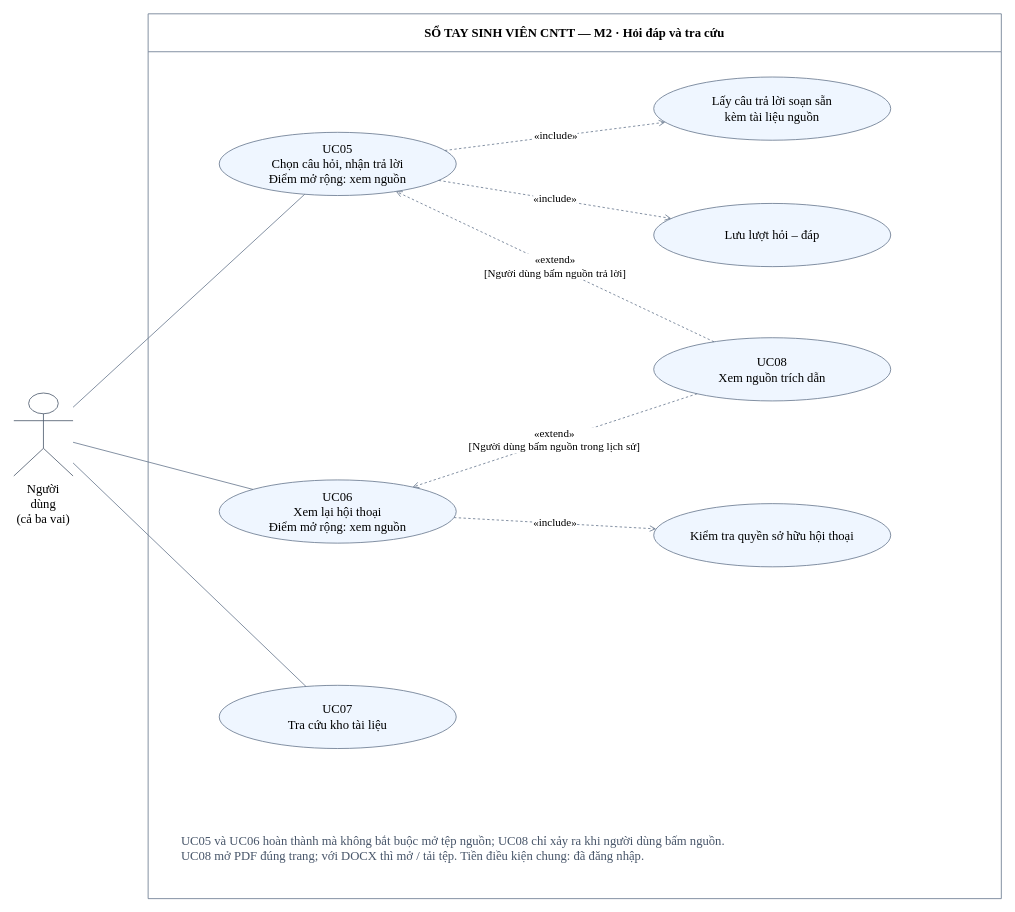
hominhduc-dev/So-Tay-Sinh-Vien-CNTT-DAU keeps this draw.io diagram as page "M2 · Hỏi đáp và tra cứu" (3 of 31) of docs/diagrams/so-do-he-thong.drawio. Above is the earlier version. Source tidied: cells renumbered, new cells numbered last; positions are measured from the earlier drawing's top-left corner, leaving out a move shared by most shapes. Both pictures are drawn from the tidied source at 79%, with x=0, y=0 at pixel (13, 13).
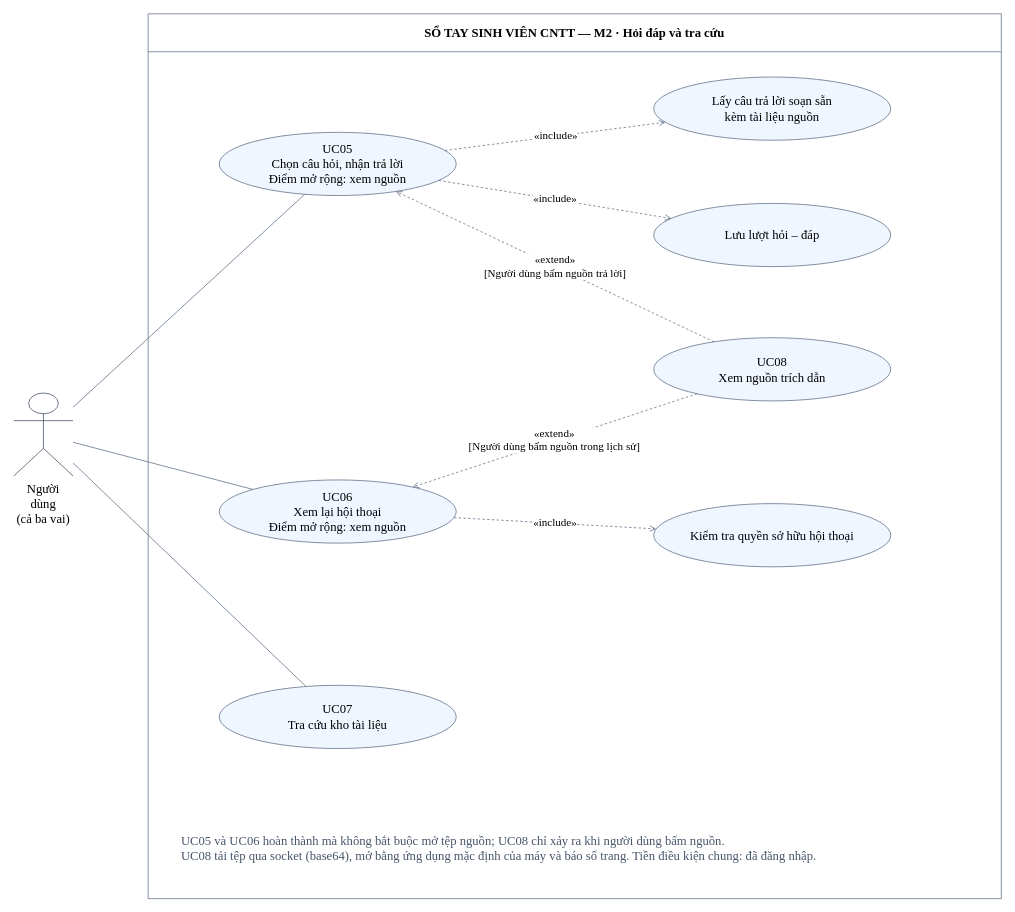
The same page after the edit.

Change to the diagram source:
```diff
@@
 <mxGraphModel>
   <root>
     <mxCell id="0" />
     <mxCell id="1" parent="0" />
     <mxCell id="2" value="SỔ TAY SINH VIÊN CNTT — M2 · Hỏi đáp và tra cứu" style="swimlane;startSize=48;fillColor=#ffffff;swimlaneFillColor=#ffffff;strokeColor=#64748b;fontStyle=1;html=1;whiteSpace=wrap;fontFamily=Times New Roman;fontSize=16;" parent="1" vertex="1">
       <mxGeometry x="170" width="1080" height="1120" as="geometry" />
     </mxCell>
     <mxCell id="3" value="Người dùng&lt;br&gt;(cả ba vai)" style="shape=umlActor;verticalLabelPosition=bottom;verticalAlign=top;fillColor=#ffffff;strokeColor=#475569;html=1;whiteSpace=wrap;fontFamily=Times New Roman;fontSize=16;" parent="1" vertex="1">
       <mxGeometry y="480" width="75" height="105" as="geometry" />
     </mxCell>
     <mxCell id="4" value="UC05&lt;br&gt;Chọn câu hỏi, nhận trả lời&lt;br&gt;Điểm mở rộng: xem nguồn" style="ellipse;fillColor=#eff6ff;strokeColor=#64748b;html=1;whiteSpace=wrap;fontFamily=Times New Roman;fontSize=16;" parent="1" vertex="1">
       <mxGeometry x="260" y="150" width="300" height="80" as="geometry" />
     </mxCell>
     <mxCell id="5" style="html=1;endArrow=none;endFill=0;dashed=0;strokeColor=#64748b;fontFamily=Times New Roman;fontSize=14;labelBackgroundColor=#ffffff;" parent="1" edge="1" source="3" target="4">
       <mxGeometry relative="1" as="geometry" />
     </mxCell>
     <mxCell id="6" value="Lấy câu trả lời soạn sẵn&lt;br&gt;kèm tài liệu nguồn" style="ellipse;fillColor=#eff6ff;strokeColor=#64748b;html=1;whiteSpace=wrap;fontFamily=Times New Roman;fontSize=16;" parent="1" vertex="1">
       <mxGeometry x="810" y="80" width="300" height="80" as="geometry" />
     </mxCell>
     <mxCell id="7" value="Lưu lượt hỏi – đáp" style="ellipse;fillColor=#eff6ff;strokeColor=#64748b;html=1;whiteSpace=wrap;fontFamily=Times New Roman;fontSize=16;" parent="1" vertex="1">
       <mxGeometry x="810" y="240" width="300" height="80" as="geometry" />
     </mxCell>
     <mxCell id="8" value="«include»" style="html=1;endArrow=open;endFill=0;dashed=1;strokeColor=#64748b;fontFamily=Times New Roman;fontSize=14;labelBackgroundColor=#ffffff;" parent="1" edge="1" source="4" target="6">
       <mxGeometry relative="1" as="geometry" />
     </mxCell>
     <mxCell id="9" value="«include»" style="html=1;endArrow=open;endFill=0;dashed=1;strokeColor=#64748b;fontFamily=Times New Roman;fontSize=14;labelBackgroundColor=#ffffff;" parent="1" edge="1" source="4" target="7">
       <mxGeometry relative="1" as="geometry" />
     </mxCell>
     <mxCell id="10" value="UC06&lt;br&gt;Xem lại hội thoại&lt;br&gt;Điểm mở rộng: xem nguồn" style="ellipse;fillColor=#eff6ff;strokeColor=#64748b;html=1;whiteSpace=wrap;fontFamily=Times New Roman;fontSize=16;" parent="1" vertex="1">
       <mxGeometry x="260" y="590" width="300" height="80" as="geometry" />
     </mxCell>
     <mxCell id="11" style="html=1;endArrow=none;endFill=0;dashed=0;strokeColor=#64748b;fontFamily=Times New Roman;fontSize=14;labelBackgroundColor=#ffffff;" parent="1" edge="1" source="3" target="10">
       <mxGeometry relative="1" as="geometry" />
     </mxCell>
     <mxCell id="12" value="Kiểm tra quyền sở hữu hội thoại" style="ellipse;fillColor=#eff6ff;strokeColor=#64748b;html=1;whiteSpace=wrap;fontFamily=Times New Roman;fontSize=16;" parent="1" vertex="1">
       <mxGeometry x="810" y="620" width="300" height="80" as="geometry" />
     </mxCell>
     <mxCell id="13" value="«include»" style="html=1;endArrow=open;endFill=0;dashed=1;strokeColor=#64748b;fontFamily=Times New Roman;fontSize=14;labelBackgroundColor=#ffffff;" parent="1" edge="1" source="10" target="12">
       <mxGeometry relative="1" as="geometry" />
     </mxCell>
     <mxCell id="14" value="UC08&lt;br&gt;Xem nguồn trích dẫn" style="ellipse;fillColor=#eff6ff;strokeColor=#64748b;html=1;whiteSpace=wrap;fontFamily=Times New Roman;fontSize=16;" parent="1" vertex="1">
       <mxGeometry x="810" y="410" width="300" height="80" as="geometry" />
     </mxCell>
     <mxCell id="15" value="«extend»&lt;br&gt;[Người dùng bấm nguồn trả lời]" style="html=1;endArrow=open;endFill=0;dashed=1;strokeColor=#64748b;fontFamily=Times New Roman;fontSize=14;labelBackgroundColor=#ffffff;" parent="1" edge="1" source="14" target="4">
       <mxGeometry relative="1" as="geometry" />
     </mxCell>
     <mxCell id="16" value="«extend»&lt;br&gt;[Người dùng bấm nguồn trong lịch sử]" style="html=1;endArrow=open;endFill=0;dashed=1;strokeColor=#64748b;fontFamily=Times New Roman;fontSize=14;labelBackgroundColor=#ffffff;" parent="1" edge="1" source="14" target="10">
       <mxGeometry relative="1" as="geometry" />
     </mxCell>
     <mxCell id="17" value="UC07&lt;br&gt;Tra cứu kho tài liệu" style="ellipse;fillColor=#eff6ff;strokeColor=#64748b;html=1;whiteSpace=wrap;fontFamily=Times New Roman;fontSize=16;" parent="1" vertex="1">
       <mxGeometry x="260" y="850" width="300" height="80" as="geometry" />
     </mxCell>
     <mxCell id="18" style="html=1;endArrow=none;endFill=0;dashed=0;strokeColor=#64748b;fontFamily=Times New Roman;fontSize=14;labelBackgroundColor=#ffffff;" parent="1" edge="1" source="3" target="17">
       <mxGeometry relative="1" as="geometry" />
     </mxCell>
-    <mxCell id="19" value="UC05 và UC06 hoàn thành mà không bắt buộc mở tệp nguồn; UC08 chỉ xảy ra khi người dùng bấm nguồn.&lt;br&gt;UC08 mở PDF đúng trang; với DOCX thì mở / tải tệp. Tiền điều kiện chung: đã đăng nhập." style="text;align=left;verticalAlign=top;fontColor=#475569;html=1;whiteSpace=wrap;fontFamily=Times New Roman;fontSize=16;" parent="1" vertex="1">
+    <mxCell id="19" value="UC05 và UC06 hoàn thành mà không bắt buộc mở tệp nguồn; UC08 chỉ xảy ra khi người dùng bấm nguồn.&lt;br&gt;UC08 tải tệp qua socket (base64), mở bằng ứng dụng mặc định của máy và báo số trang. Tiền điều kiện chung: đã đăng nhập." style="text;align=left;verticalAlign=top;fontColor=#475569;html=1;whiteSpace=wrap;fontFamily=Times New Roman;fontSize=16;" parent="1" vertex="1">
       <mxGeometry x="210" y="1030" width="1000" height="70" as="geometry" />
     </mxCell>
   </root>
 </mxGraphModel>
```
